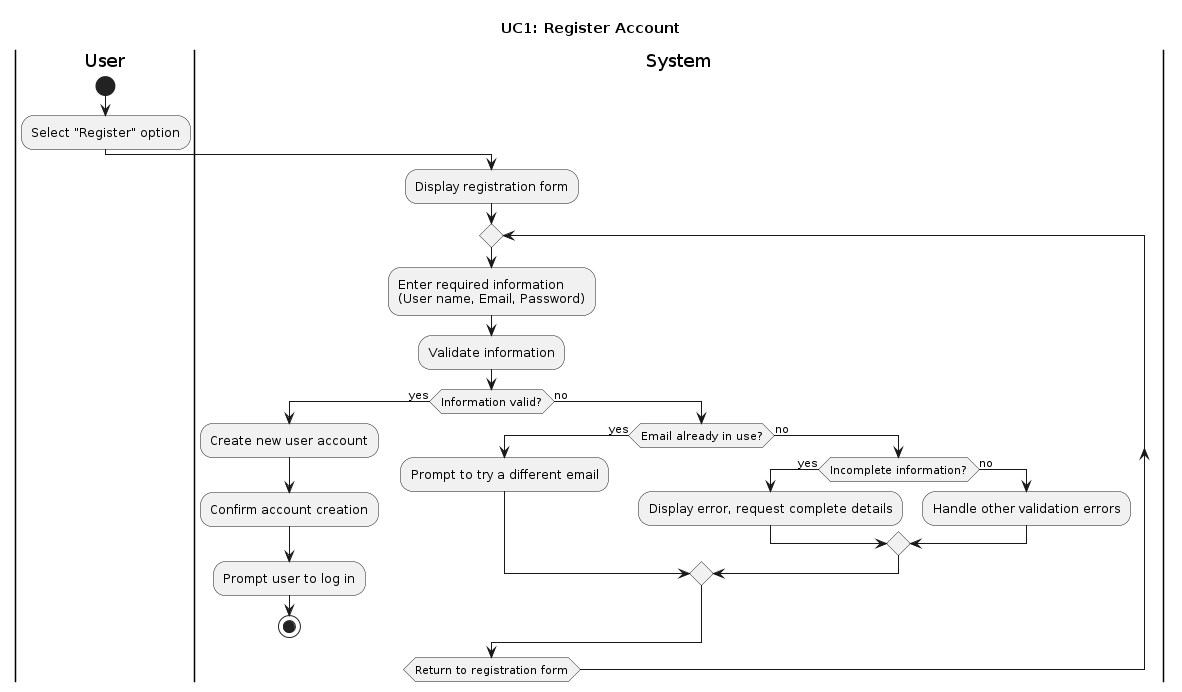
carmensat/RECIPE-ROULETTE keeps this PlantUML diagram as DIAGRAMS/UC1_ACTIVITY_register_account.png. Above is the earlier version.
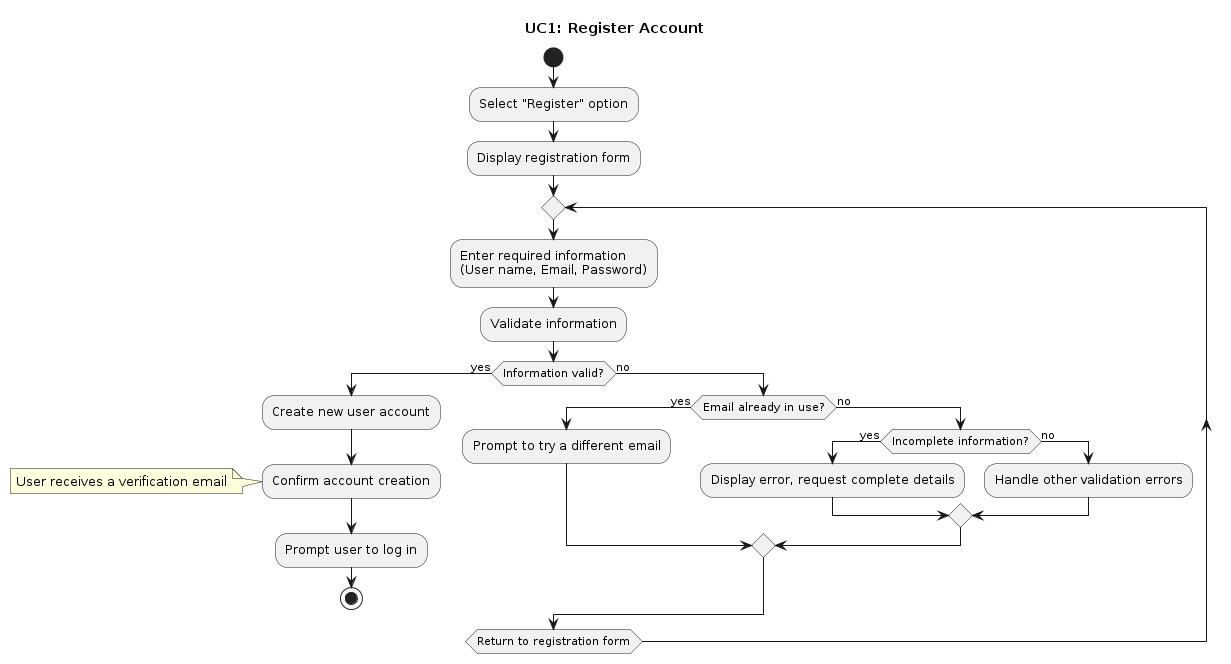
After the commit.

The edit, as a diff of the source:
```diff
@@ -1,11 +1,9 @@
 @startuml
 title UC1: Register Account
 
-|User|
 start
 :Select "Register" option;
 
-|System|
 :Display registration form;
 repeat
 :Enter required information
@@ -15,7 +13,10 @@
 if (Information valid?) then (yes)
 	:Create new user account;
 	:Confirm account creation;
-	:Prompt user to log in;
+        note
+        User receives a verification email
+        end note
+ 	:Prompt user to log in;
 	stop
 else (no)
 	if (Email already in use?) then (yes)
```
